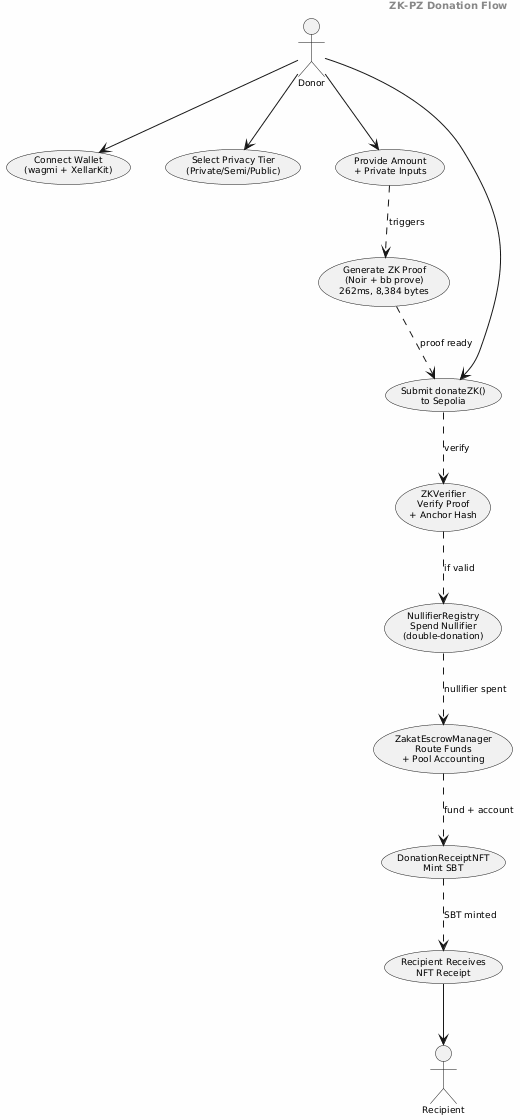
Before: usecase.png, a diagram exported from PlantUML (tawf-labs/zkt-research). The source it was exported from:
```plantuml
@startuml
skinparam backgroundColor #FEFEFE
skinparam shadowing false
skinparam defaultFontName Arial
skinparam defaultFontSize 9
skinparam usecasePadding 2

header <b>ZK-PZ Donation Flow</b>

actor Donor
actor Recipient

usecase UC1 as "Connect Wallet\n(wagmi + XellarKit)"
usecase UC2 as "Select Privacy Tier\n(Private/Semi/Public)"
usecase UC3 as "Provide Amount\n+ Private Inputs"
usecase UC4 as "Generate ZK Proof\n(Noir + bb prove)\n262ms, 8,384 bytes"
usecase UC5 as "Submit donateZK()\nto Sepolia"
usecase UC6 as "ZKVerifier\nVerify Proof\n+ Anchor Hash"
usecase UC7 as "NullifierRegistry\nSpend Nullifier\n(double-donation)"
usecase UC8 as "ZakatEscrowManager\nRoute Funds\n+ Pool Accounting"
usecase UC9 as "DonationReceiptNFT\nMint SBT"
usecase UC10 as "Recipient Receives\nNFT Receipt"

Donor --> UC1
Donor --> UC2
Donor --> UC3
UC3 ..> UC4 : triggers
UC4 ..> UC5 : proof ready
Donor --> UC5
UC5 ..> UC6 : verify
UC6 ..> UC7 : if valid
UC7 ..> UC8 : nullifier spent
UC8 ..> UC9 : fund + account
UC9 ..> UC10 : SBT minted
UC10 --> Recipient

@enduml
```
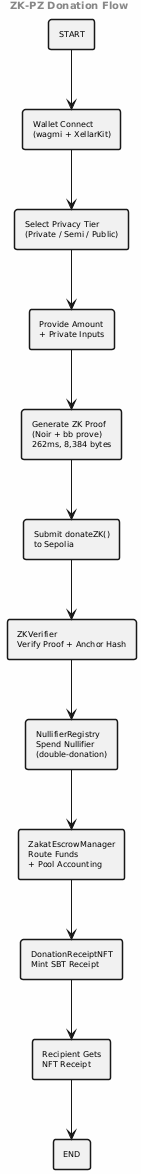
Later version of the same file.

What changed in the source:
```diff
@@ -1,37 +1,35 @@
 @startuml
 skinparam backgroundColor #FEFEFE
 skinparam shadowing false
-skinparam defaultFontName Arial
-skinparam defaultFontSize 9
-skinparam usecasePadding 2
+skinparam defaultFontName Times-Roman
+skinparam defaultFontSize 8
+skinparam rectangleBorderThickness 1.5
 
 header <b>ZK-PZ Donation Flow</b>
 
-actor Donor
-actor Recipient
+rectangle "START" as START
+rectangle "Wallet Connect\n(wagmi + XellarKit)" as WC
+rectangle "Select Privacy Tier\n(Private / Semi / Public)" as TIER
+rectangle "Provide Amount\n+ Private Inputs" as INPUT
+rectangle "Generate ZK Proof\n(Noir + bb prove)\n262ms, 8,384 bytes" as PROOF
+rectangle "Submit donateZK()\nto Sepolia" as TX
+rectangle "ZKVerifier\nVerify Proof + Anchor Hash" as VERIFY
+rectangle "NullifierRegistry\nSpend Nullifier\n(double-donation)" as NULL
+rectangle "ZakatEscrowManager\nRoute Funds\n+ Pool Accounting" as ESCROW
+rectangle "DonationReceiptNFT\nMint SBT Receipt" as MINT
+rectangle "Recipient Gets\nNFT Receipt" as RECIP
+rectangle "END" as END
 
-usecase UC1 as "Connect Wallet\n(wagmi + XellarKit)"
-usecase UC2 as "Select Privacy Tier\n(Private/Semi/Public)"
-usecase UC3 as "Provide Amount\n+ Private Inputs"
-usecase UC4 as "Generate ZK Proof\n(Noir + bb prove)\n262ms, 8,384 bytes"
-usecase UC5 as "Submit donateZK()\nto Sepolia"
-usecase UC6 as "ZKVerifier\nVerify Proof\n+ Anchor Hash"
-usecase UC7 as "NullifierRegistry\nSpend Nullifier\n(double-donation)"
-usecase UC8 as "ZakatEscrowManager\nRoute Funds\n+ Pool Accounting"
-usecase UC9 as "DonationReceiptNFT\nMint SBT"
-usecase UC10 as "Recipient Receives\nNFT Receipt"
-
-Donor --> UC1
-Donor --> UC2
-Donor --> UC3
-UC3 ..> UC4 : triggers
-UC4 ..> UC5 : proof ready
-Donor --> UC5
-UC5 ..> UC6 : verify
-UC6 ..> UC7 : if valid
-UC7 ..> UC8 : nullifier spent
-UC8 ..> UC9 : fund + account
-UC9 ..> UC10 : SBT minted
-UC10 --> Recipient
+START -down-> WC
+WC -down-> TIER
+TIER -down-> INPUT
+INPUT -down-> PROOF
+PROOF -down-> TX
+TX -down-> VERIFY
+VERIFY -down-> NULL
+NULL -down-> ESCROW
+ESCROW -down-> MINT
+MINT -down-> RECIP
+RECIP -down-> END
 
 @enduml
```
